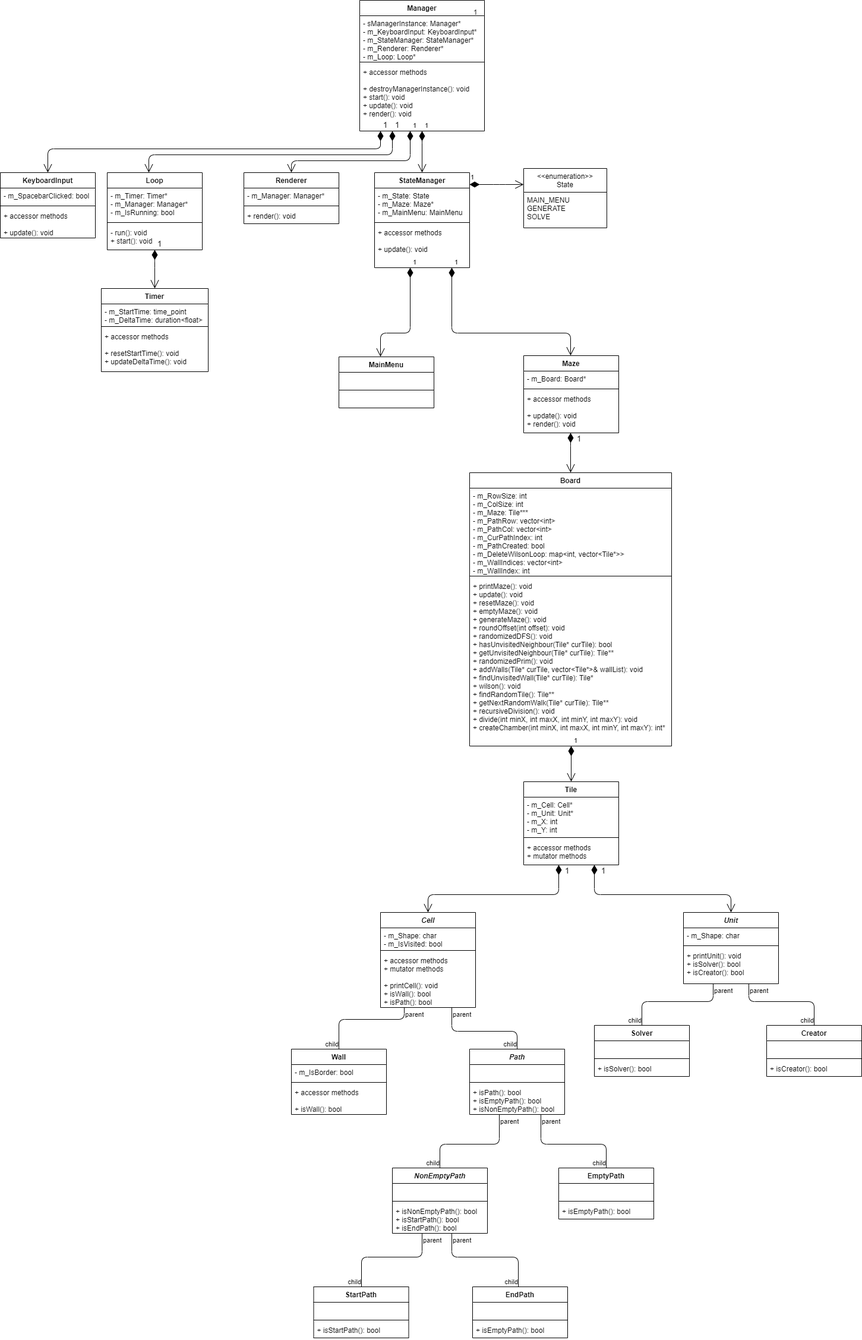
Dandoko/maze_craze keeps this draw.io diagram as assets/maze_class_diagram.png. Above is the earlier version. Source tidied: cells renumbered, new cells last; positions are measured from the earlier drawing's top-left corner, leaving out a move shared by most shapes.
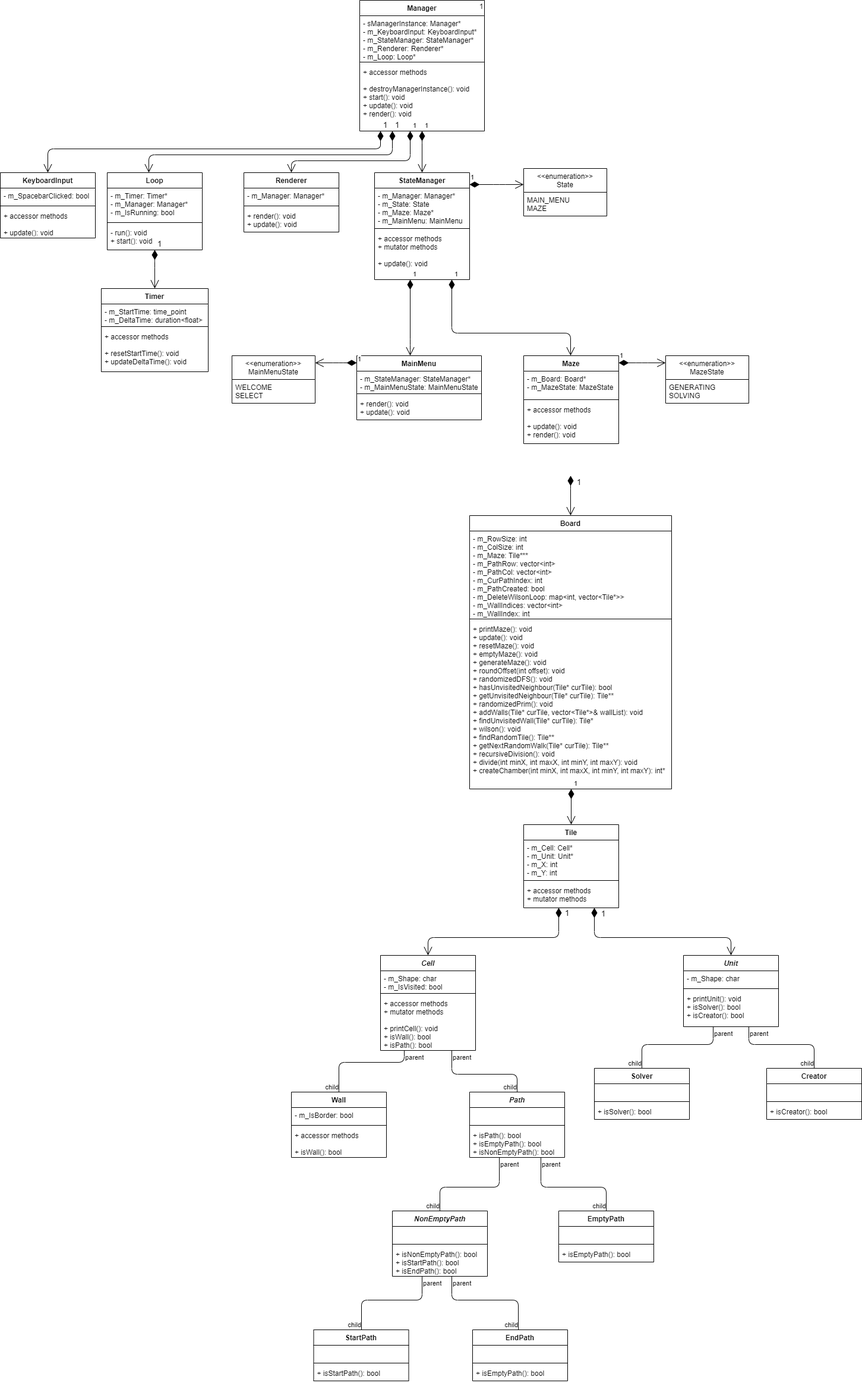
After the change.

Commit message:
ver0029 main menu start

The edit, as a diff of the source:
```diff
@@ -123,7 +123,7 @@
       <mxGeometry y="60" width="160" height="26" as="geometry" />
     </mxCell>
     <mxCell id="42" value="Manager" style="swimlane;fontStyle=1;align=center;verticalAlign=top;horizontal=1;startSize=26;" parent="1" vertex="1">
-      <mxGeometry x="605" width="210" height="220" as="geometry" />
+      <mxGeometry x="605" y="-72" width="210" height="220" as="geometry" />
     </mxCell>
     <mxCell id="43" value="- sManagerInstance: Manager*&#10;- m_KeyboardInput: KeyboardInput*&#10;- m_StateManager: StateManager*&#10;- m_Renderer: Renderer*&#10;- m_Loop: Loop*" style="text;strokeColor=none;fillColor=none;align=left;verticalAlign=top;spacingLeft=4;spacingRight=4;overflow=hidden;fontStyle=0;" parent="42" vertex="1">
       <mxGeometry y="26" width="210" height="74" as="geometry" />
@@ -135,7 +135,7 @@
       <mxGeometry y="108" width="210" height="112" as="geometry" />
     </mxCell>
     <mxCell id="46" value="Loop" style="swimlane;fontStyle=1;align=center;verticalAlign=top;horizontal=1;startSize=26;" parent="1" vertex="1">
-      <mxGeometry x="180" y="290" width="160" height="130" as="geometry" />
+      <mxGeometry x="180" y="218" width="160" height="130" as="geometry" />
     </mxCell>
     <mxCell id="47" value="- m_Timer: Timer*&#10;- m_Manager: Manager*&#10;- m_IsRunning: bool" style="text;strokeColor=none;fillColor=none;align=left;verticalAlign=top;spacingLeft=4;spacingRight=4;overflow=hidden;" parent="46" vertex="1">
       <mxGeometry y="26" width="160" height="54" as="geometry" />
@@ -147,7 +147,7 @@
       <mxGeometry y="88" width="160" height="42" as="geometry" />
     </mxCell>
     <mxCell id="50" value="Timer" style="swimlane;fontStyle=1;align=center;verticalAlign=top;horizontal=1;startSize=26;" parent="1" vertex="1">
-      <mxGeometry x="170" y="485" width="180" height="140" as="geometry" />
+      <mxGeometry x="170" y="413" width="180" height="140" as="geometry" />
     </mxCell>
     <mxCell id="51" value="- m_StartTime: time_point&#10;- m_DeltaTime: duration&lt;float&gt;" style="text;strokeColor=none;fillColor=none;align=left;verticalAlign=top;spacingLeft=4;spacingRight=4;overflow=hidden;" parent="50" vertex="1">
       <mxGeometry y="26" width="180" height="34" as="geometry" />
@@ -159,16 +159,16 @@
       <mxGeometry y="68" width="180" height="72" as="geometry" />
     </mxCell>
     <mxCell id="54" value="Maze" style="swimlane;fontStyle=1;align=center;verticalAlign=top;horizontal=1;startSize=26;" parent="1" vertex="1">
-      <mxGeometry x="881" y="598" width="160" height="130" as="geometry" />
+      <mxGeometry x="881" y="526" width="160" height="148" as="geometry" />
     </mxCell>
-    <mxCell id="55" value="- m_Board: Board*" style="text;strokeColor=none;fillColor=none;align=left;verticalAlign=top;spacingLeft=4;spacingRight=4;overflow=hidden;" parent="54" vertex="1">
-      <mxGeometry y="26" width="160" height="26" as="geometry" />
+    <mxCell id="55" value="- m_Board: Board*&#10;- m_MazeState: MazeState" style="text;strokeColor=none;fillColor=none;align=left;verticalAlign=top;spacingLeft=4;spacingRight=4;overflow=hidden;" parent="54" vertex="1">
+      <mxGeometry y="26" width="160" height="44" as="geometry" />
     </mxCell>
     <mxCell id="56" style="line;strokeWidth=1;fillColor=none;align=left;verticalAlign=middle;spacingTop=-1;spacingLeft=3;spacingRight=3;labelPosition=right;" parent="54" vertex="1">
-      <mxGeometry y="52" width="160" height="8" as="geometry" />
+      <mxGeometry y="70" width="160" height="8" as="geometry" />
     </mxCell>
     <mxCell id="57" value="+ accessor methods&#10;&#10;+ update(): void&#10;+ render(): void" style="text;strokeColor=none;fillColor=none;align=left;verticalAlign=top;spacingLeft=4;spacingRight=4;overflow=hidden;points=[[0,0.5],[1,0.5]];portConstraint=eastwest;" parent="54" vertex="1">
-      <mxGeometry y="60" width="160" height="70" as="geometry" />
+      <mxGeometry y="78" width="160" height="70" as="geometry" />
     </mxCell>
     <mxCell id="58" value="Cell" style="swimlane;fontStyle=3;align=center;verticalAlign=top;horizontal=1;startSize=26;" parent="1" vertex="1">
       <mxGeometry x="640" y="1535" width="160" height="160" as="geometry" />
@@ -195,7 +195,7 @@
       <mxGeometry y="60" width="160" height="50" as="geometry" />
     </mxCell>
     <mxCell id="66" value="KeyboardInput" style="swimlane;fontStyle=1;align=center;verticalAlign=top;horizontal=1;startSize=26;" parent="1" vertex="1">
-      <mxGeometry y="290" width="160" height="110" as="geometry" />
+      <mxGeometry y="218" width="160" height="110" as="geometry" />
     </mxCell>
     <mxCell id="67" value="- m_SpacebarClicked: bool" style="text;strokeColor=none;fillColor=none;align=left;verticalAlign=top;spacingLeft=4;spacingRight=4;overflow=hidden;" parent="66" vertex="1">
       <mxGeometry y="26" width="160" height="26" as="geometry" />
@@ -207,34 +207,35 @@
       <mxGeometry y="60" width="160" height="50" as="geometry" />
     </mxCell>
     <mxCell id="70" value="1" style="text;html=1;strokeColor=none;fillColor=none;align=center;verticalAlign=middle;whiteSpace=wrap;rounded=0;" parent="1" vertex="1">
-      <mxGeometry x="780" y="10" width="40" height="20" as="geometry" />
+      <mxGeometry x="790" y="-72" width="40" height="20" as="geometry" />
     </mxCell>
     <mxCell id="71" value="1" style="endArrow=open;html=1;endSize=12;startArrow=diamondThin;startSize=14;startFill=1;edgeStyle=orthogonalEdgeStyle;align=left;verticalAlign=bottom;fontSize=13;" parent="1" edge="1" source="45" target="46">
       <mxGeometry x="-1" y="3" relative="1" as="geometry">
         <Array as="points">
-          <mxPoint x="660" y="260" />
-          <mxPoint x="250" y="260" />
+          <mxPoint x="660" y="188" />
+          <mxPoint x="250" y="188" />
         </Array>
       </mxGeometry>
     </mxCell>
     <mxCell id="72" value="1" style="endArrow=open;html=1;endSize=12;startArrow=diamondThin;startSize=14;startFill=1;edgeStyle=orthogonalEdgeStyle;align=left;verticalAlign=bottom;fontSize=13;" parent="1" edge="1" source="49" target="50">
       <mxGeometry x="-1" y="3" relative="1" as="geometry">
         <Array as="points">
-          <mxPoint x="260" y="440" />
-          <mxPoint x="260" y="440" />
+          <mxPoint x="260" y="368" />
+          <mxPoint x="260" y="368" />
         </Array>
       </mxGeometry>
     </mxCell>
     <mxCell id="73" value="1" style="endArrow=open;html=1;endSize=12;startArrow=diamondThin;startSize=14;startFill=1;edgeStyle=orthogonalEdgeStyle;align=left;verticalAlign=bottom;fontSize=13;" parent="1" edge="1" source="45" target="66">
       <mxGeometry x="-1" y="3" relative="1" as="geometry">
         <Array as="points">
-          <mxPoint x="640" y="250" />
-          <mxPoint x="80" y="250" />
+          <mxPoint x="640" y="178" />
+          <mxPoint x="80" y="178" />
         </Array>
       </mxGeometry>
     </mxCell>
-    <mxCell id="74" value="1" style="endArrow=open;html=1;endSize=12;startArrow=diamondThin;startSize=14;startFill=1;edgeStyle=orthogonalEdgeStyle;align=left;verticalAlign=bottom;fontSize=13;" parent="1" edge="1" source="57" target="2">
+    <mxCell id="74" value="1" style="endArrow=open;html=1;endSize=12;startArrow=diamondThin;startSize=14;startFill=1;edgeStyle=orthogonalEdgeStyle;align=left;verticalAlign=bottom;fontSize=13;" parent="1" edge="1" target="2">
       <mxGeometry x="-0.38" y="9" relative="1" as="geometry">
+        <mxPoint x="960" y="728" as="sourcePoint" />
         <Array as="points">
           <mxPoint x="960" y="740" />
           <mxPoint x="960" y="740" />
@@ -386,7 +387,7 @@
       <mxGeometry x="1" relative="1" as="geometry" />
     </mxCell>
     <mxCell id="101" value="Renderer" style="swimlane;fontStyle=1;align=center;verticalAlign=top;horizontal=1;startSize=26;" parent="1" vertex="1">
-      <mxGeometry x="410" y="290" width="160" height="86" as="geometry" />
+      <mxGeometry x="410" y="218" width="160" height="100" as="geometry" />
     </mxCell>
     <mxCell id="102" value="- m_Manager: Manager*" style="text;strokeColor=none;fillColor=none;align=left;verticalAlign=top;spacingLeft=4;spacingRight=4;overflow=hidden;" parent="101" vertex="1">
       <mxGeometry y="26" width="160" height="26" as="geometry" />
@@ -394,34 +395,34 @@
     <mxCell id="103" style="line;strokeWidth=1;fillColor=none;align=left;verticalAlign=middle;spacingTop=-1;spacingLeft=3;spacingRight=3;labelPosition=right;" parent="101" vertex="1">
       <mxGeometry y="52" width="160" height="8" as="geometry" />
     </mxCell>
-    <mxCell id="104" value="+ render(): void" style="text;strokeColor=none;fillColor=none;align=left;verticalAlign=top;spacingLeft=4;spacingRight=4;overflow=hidden;" parent="101" vertex="1">
-      <mxGeometry y="60" width="160" height="26" as="geometry" />
+    <mxCell id="104" value="+ render(): void&#10;+ update(): void" style="text;strokeColor=none;fillColor=none;align=left;verticalAlign=top;spacingLeft=4;spacingRight=4;overflow=hidden;" parent="101" vertex="1">
+      <mxGeometry y="60" width="160" height="40" as="geometry" />
     </mxCell>
     <mxCell id="105" value="StateManager" style="swimlane;fontStyle=1;align=center;verticalAlign=top;horizontal=1;startSize=26;" parent="1" vertex="1">
-      <mxGeometry x="630" y="290" width="160" height="160" as="geometry" />
+      <mxGeometry x="630" y="218" width="160" height="180" as="geometry" />
     </mxCell>
-    <mxCell id="106" value="- m_State: State&#10;- m_Maze: Maze*&#10;- m_MainMenu: MainMenu" style="text;strokeColor=none;fillColor=none;align=left;verticalAlign=top;spacingLeft=4;spacingRight=4;overflow=hidden;" parent="105" vertex="1">
-      <mxGeometry y="26" width="160" height="54" as="geometry" />
+    <mxCell id="106" value="- m_Manager: Manager*&#10;- m_State: State&#10;- m_Maze: Maze*&#10;- m_MainMenu: MainMenu" style="text;strokeColor=none;fillColor=none;align=left;verticalAlign=top;spacingLeft=4;spacingRight=4;overflow=hidden;" parent="105" vertex="1">
+      <mxGeometry y="26" width="160" height="64" as="geometry" />
     </mxCell>
     <mxCell id="107" style="line;strokeWidth=1;fillColor=none;align=left;verticalAlign=middle;spacingTop=-1;spacingLeft=3;spacingRight=3;labelPosition=right;" parent="105" vertex="1">
-      <mxGeometry y="80" width="160" height="8" as="geometry" />
+      <mxGeometry y="90" width="160" height="8" as="geometry" />
     </mxCell>
-    <mxCell id="108" value="+ accessor methods&#10;&#10;+ update(): void" style="text;strokeColor=none;fillColor=none;align=left;verticalAlign=top;spacingLeft=4;spacingRight=4;overflow=hidden;points=[[0,0.5],[1,0.5]];portConstraint=eastwest;" parent="105" vertex="1">
-      <mxGeometry y="88" width="160" height="72" as="geometry" />
+    <mxCell id="108" value="+ accessor methods&#10;+ mutator methods&#10;&#10;+ update(): void" style="text;strokeColor=none;fillColor=none;align=left;verticalAlign=top;spacingLeft=4;spacingRight=4;overflow=hidden;points=[[0,0.5],[1,0.5]];portConstraint=eastwest;" parent="105" vertex="1">
+      <mxGeometry y="98" width="160" height="82" as="geometry" />
     </mxCell>
     <mxCell id="109" value="1" style="endArrow=open;html=1;endSize=12;startArrow=diamondThin;startSize=14;startFill=1;edgeStyle=orthogonalEdgeStyle;align=left;verticalAlign=bottom;" parent="1" edge="1" source="45" target="105">
       <mxGeometry x="-1" y="3" relative="1" as="geometry">
         <Array as="points">
-          <mxPoint x="710" y="230" />
-          <mxPoint x="710" y="230" />
+          <mxPoint x="710" y="158" />
+          <mxPoint x="710" y="158" />
         </Array>
       </mxGeometry>
     </mxCell>
     <mxCell id="110" value="&lt;&lt;enumeration&gt;&gt;&#10;State" style="swimlane;fontStyle=0;horizontal=1;startSize=40;fillColor=none;" parent="1" vertex="1">
-      <mxGeometry x="881" y="283" width="140" height="100" as="geometry" />
+      <mxGeometry x="881" y="211" width="140" height="80" as="geometry" />
     </mxCell>
-    <mxCell id="111" value="MAIN_MENU&#10;GENERATE&#10;SOLVE" style="text;strokeColor=none;fillColor=none;align=left;verticalAlign=top;spacingLeft=4;spacingRight=4;overflow=hidden;" parent="110" vertex="1">
-      <mxGeometry y="40" width="140" height="60" as="geometry" />
+    <mxCell id="111" value="MAIN_MENU&#10;MAZE" style="text;strokeColor=none;fillColor=none;align=left;verticalAlign=top;spacingLeft=4;spacingRight=4;overflow=hidden;" parent="110" vertex="1">
+      <mxGeometry y="40" width="140" height="40" as="geometry" />
     </mxCell>
     <mxCell id="112" value="1" style="endArrow=open;html=1;endSize=12;startArrow=diamondThin;startSize=14;startFill=1;edgeStyle=orthogonalEdgeStyle;align=left;verticalAlign=bottom;" parent="1" edge="1" source="5" target="6">
       <mxGeometry x="-1" y="3" relative="1" as="geometry">
@@ -432,48 +433,76 @@
       </mxGeometry>
     </mxCell>
     <mxCell id="113" value="MainMenu" style="swimlane;fontStyle=1;align=center;verticalAlign=top;horizontal=1;startSize=26;" parent="1" vertex="1">
-      <mxGeometry x="570" y="600" width="160" height="86" as="geometry" />
+      <mxGeometry x="600" y="526" width="210" height="108" as="geometry" />
     </mxCell>
-    <mxCell id="114" value=" " style="text;strokeColor=none;fillColor=none;align=left;verticalAlign=top;spacingLeft=4;spacingRight=4;overflow=hidden;" parent="113" vertex="1">
-      <mxGeometry y="26" width="160" height="26" as="geometry" />
+    <mxCell id="114" value="- m_StateManager: StateManager*&#10;- m_MainMenuState: MainMenuState" style="text;strokeColor=none;fillColor=none;align=left;verticalAlign=top;spacingLeft=4;spacingRight=4;overflow=hidden;" parent="113" vertex="1">
+      <mxGeometry y="26" width="210" height="34" as="geometry" />
     </mxCell>
     <mxCell id="115" style="line;strokeWidth=1;fillColor=none;align=left;verticalAlign=middle;spacingTop=-1;spacingLeft=3;spacingRight=3;labelPosition=right;" parent="113" vertex="1">
-      <mxGeometry y="52" width="160" height="8" as="geometry" />
+      <mxGeometry y="60" width="210" height="8" as="geometry" />
     </mxCell>
-    <mxCell id="116" value=" " style="text;strokeColor=none;fillColor=none;align=left;verticalAlign=top;spacingLeft=4;spacingRight=4;overflow=hidden;" parent="113" vertex="1">
-      <mxGeometry y="60" width="160" height="26" as="geometry" />
+    <mxCell id="116" value="+ render(): void&#10;+ update(): void" style="text;strokeColor=none;fillColor=none;align=left;verticalAlign=top;spacingLeft=4;spacingRight=4;overflow=hidden;" parent="113" vertex="1">
+      <mxGeometry y="68" width="210" height="40" as="geometry" />
     </mxCell>
     <mxCell id="117" value="1" style="endArrow=open;html=1;endSize=12;startArrow=diamondThin;startSize=14;startFill=1;edgeStyle=orthogonalEdgeStyle;align=left;verticalAlign=bottom;" parent="1" edge="1" source="105" target="110">
       <mxGeometry x="-1" y="3" relative="1" as="geometry">
         <Array as="points">
-          <mxPoint x="840" y="310" />
-          <mxPoint x="840" y="310" />
+          <mxPoint x="840" y="238" />
+          <mxPoint x="840" y="238" />
         </Array>
       </mxGeometry>
     </mxCell>
     <mxCell id="118" value="1" style="endArrow=open;html=1;endSize=12;startArrow=diamondThin;startSize=14;startFill=1;edgeStyle=orthogonalEdgeStyle;align=left;verticalAlign=bottom;" parent="1" edge="1" source="45" target="101">
       <mxGeometry x="-1" y="3" relative="1" as="geometry">
         <Array as="points">
-          <mxPoint x="690" y="270" />
-          <mxPoint x="490" y="270" />
+          <mxPoint x="690" y="198" />
+          <mxPoint x="490" y="198" />
         </Array>
       </mxGeometry>
     </mxCell>
     <mxCell id="119" value="1" style="endArrow=open;html=1;endSize=12;startArrow=diamondThin;startSize=14;startFill=1;edgeStyle=orthogonalEdgeStyle;align=left;verticalAlign=bottom;" parent="1" edge="1" source="108" target="113">
       <mxGeometry x="-1" y="3" relative="1" as="geometry">
         <Array as="points">
-          <mxPoint x="690" y="560" />
-          <mxPoint x="640" y="560" />
+          <mxPoint x="690" y="508" />
+          <mxPoint x="690" y="508" />
         </Array>
       </mxGeometry>
     </mxCell>
     <mxCell id="120" value="1" style="endArrow=open;html=1;endSize=12;startArrow=diamondThin;startSize=14;startFill=1;edgeStyle=orthogonalEdgeStyle;align=left;verticalAlign=bottom;" parent="1" edge="1" source="108" target="54">
       <mxGeometry x="-1" y="3" relative="1" as="geometry">
         <Array as="points">
-          <mxPoint x="760" y="560" />
-          <mxPoint x="960" y="560" />
+          <mxPoint x="760" y="488" />
+          <mxPoint x="960" y="488" />
         </Array>
       </mxGeometry>
     </mxCell>
+    <mxCell id="121" value="&lt;&lt;enumeration&gt;&gt;&#10;MazeState" style="swimlane;fontStyle=0;horizontal=1;startSize=40;fillColor=none;" parent="1" vertex="1">
+      <mxGeometry x="1120" y="526" width="140" height="80" as="geometry" />
+    </mxCell>
+    <mxCell id="122" value="GENERATING&#10;SOLVING" style="text;strokeColor=none;fillColor=none;align=left;verticalAlign=top;spacingLeft=4;spacingRight=4;overflow=hidden;" parent="121" vertex="1">
+      <mxGeometry y="40" width="140" height="40" as="geometry" />
+    </mxCell>
+    <mxCell id="123" value="1" style="endArrow=open;html=1;endSize=12;startArrow=diamondThin;startSize=14;startFill=1;edgeStyle=orthogonalEdgeStyle;align=left;verticalAlign=bottom;" parent="1" edge="1" source="54" target="121">
+      <mxGeometry x="-1" y="3" relative="1" as="geometry">
+        <Array as="points">
+          <mxPoint x="1080" y="538" />
+          <mxPoint x="1080" y="538" />
+        </Array>
+      </mxGeometry>
+    </mxCell>
+    <mxCell id="124" value="&lt;&lt;enumeration&gt;&gt;&#10;MainMenuState" style="swimlane;fontStyle=0;horizontal=1;startSize=40;fillColor=none;" parent="1" vertex="1">
+      <mxGeometry x="390" y="526" width="140" height="80" as="geometry" />
+    </mxCell>
+    <mxCell id="125" value="WELCOME&#10;SELECT" style="text;strokeColor=none;fillColor=none;align=left;verticalAlign=top;spacingLeft=4;spacingRight=4;overflow=hidden;" parent="124" vertex="1">
+      <mxGeometry y="40" width="140" height="40" as="geometry" />
+    </mxCell>
+    <mxCell id="126" value="1" style="endArrow=open;html=1;endSize=12;startArrow=diamondThin;startSize=14;startFill=1;edgeStyle=orthogonalEdgeStyle;align=left;verticalAlign=bottom;" parent="1" edge="1" source="113" target="124">
+      <mxGeometry x="-1" y="3" relative="1" as="geometry">
+        <Array as="points">
+          <mxPoint x="570" y="538" />
+          <mxPoint x="570" y="538" />
+        </Array>
+      </mxGeometry>
+    </mxCell>
   </root>
 </mxGraphModel>
```
